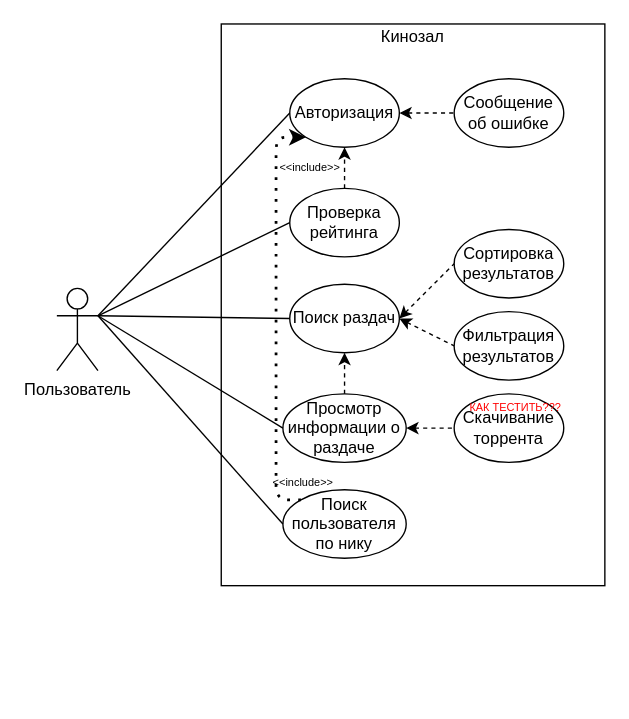
Before: testing/Lab3/resources/usecases.drawio in johnny-keker/itmo-4th-year, a draw.io diagram. Source tidied: cells renumbered, new cells numbered last; positions are measured from the earlier drawing's top-left corner, leaving out a move shared by most shapes. Both pictures are drawn from the tidied source at 137%, with x=0, y=0 at pixel (56, 23).
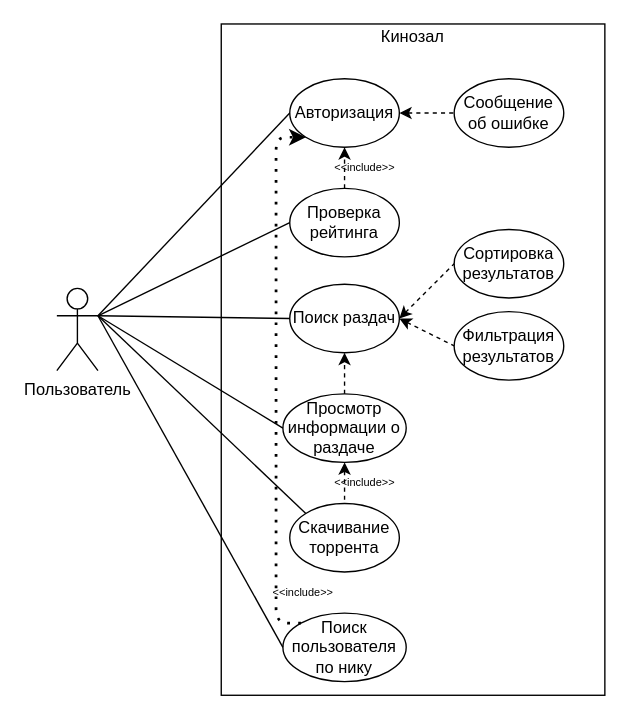
After the change.

Commit message (it also covers changes not shown here):
[testing]<lab3> refactor: renamed and moved classes, updated usecase diagram

The change refers to these unchanged cells:
```xml
<mxCell id="2" value="&lt;div&gt;Пользователь&lt;/div&gt;" style="shape=umlActor;verticalLabelPosition=bottom;verticalAlign=top;html=1;outlineConnect=0;" parent="1" vertex="1">
  <mxGeometry y="193" width="30" height="60" as="geometry" />
</mxCell>
<mxCell id="19" value="Просмотр информации о раздаче" style="ellipse;whiteSpace=wrap;html=1;" parent="1" vertex="1">
  <mxGeometry x="165" y="270" width="90" height="50" as="geometry" />
</mxCell>
```

Diff of the diagram source:
```diff
@@
     <mxCell id="3" style="rounded=0;whiteSpace=wrap;html=1;" parent="1" vertex="1">
-      <mxGeometry x="120" width="280" height="410" as="geometry" />
+      <mxGeometry x="120" width="280" height="490" as="geometry" />
     </mxCell>
@@
     <mxCell id="18" value="&amp;lt;&amp;lt;include&amp;gt;&amp;gt;" style="text;html=1;strokeColor=none;fillColor=none;align=center;verticalAlign=middle;whiteSpace=wrap;rounded=0;fontSize=8;" parent="1" vertex="1">
-      <mxGeometry x="170" y="100" width="30" height="10" as="geometry" />
+      <mxGeometry x="210" y="100" width="30" height="10" as="geometry" />
     </mxCell>
@@
     <mxCell id="22" value="Скачивание торрента" style="ellipse;whiteSpace=wrap;html=1;" parent="1" vertex="1">
-      <mxGeometry x="290" y="270" width="80" height="50" as="geometry" />
+      <mxGeometry x="170" y="350" width="80" height="50" as="geometry" />
     </mxCell>
-    <mxCell id="23" style="endArrow=none;dashed=1;html=1;fontSize=8;entryX=0;entryY=0.5;entryDx=0;entryDy=0;exitX=1;exitY=0.5;exitDx=0;exitDy=0;startArrow=classic;startFill=1;" parent="1" edge="1" source="19" target="22">
+    <mxCell id="23" style="endArrow=none;dashed=1;html=1;fontSize=8;entryX=0.5;entryY=0;entryDx=0;entryDy=0;exitX=0.5;exitY=1;exitDx=0;exitDy=0;startArrow=classic;startFill=1;" parent="1" edge="1" source="19" target="22">
       <mxGeometry relative="1" as="geometry" />
     </mxCell>
-    <mxCell id="24" value="КАК ТЕСТИТЬ???" style="text;html=1;strokeColor=none;fillColor=none;align=center;verticalAlign=middle;whiteSpace=wrap;rounded=0;fontSize=8;fontColor=#FF0000;" parent="1" vertex="1">
-      <mxGeometry x="300" y="270" width="70" height="20" as="geometry" />
-    </mxCell>
     <mxCell id="25" value="Поиск пользователя по нику" style="ellipse;whiteSpace=wrap;html=1;" parent="1" vertex="1">
-      <mxGeometry x="165" y="340" width="90" height="50" as="geometry" />
+      <mxGeometry x="165" y="430" width="90" height="50" as="geometry" />
     </mxCell>
@@
     <mxCell id="28" value="&amp;lt;&amp;lt;include&amp;gt;&amp;gt;" style="text;html=1;strokeColor=none;fillColor=none;align=center;verticalAlign=middle;whiteSpace=wrap;rounded=0;fontSize=8;" parent="1" vertex="1">
-      <mxGeometry x="165" y="330" width="30" height="10" as="geometry" />
+      <mxGeometry x="165" y="410" width="30" height="10" as="geometry" />
     </mxCell>
+    <mxCell id="29" style="endArrow=none;html=1;fontSize=8;fontColor=#FF0000;exitX=1;exitY=0.3333333333333333;exitDx=0;exitDy=0;exitPerimeter=0;entryX=0;entryY=0;entryDx=0;entryDy=0;" parent="1" edge="1" source="2" target="22">
+      <mxGeometry relative="1" as="geometry" />
+    </mxCell>
+    <mxCell id="30" value="&amp;lt;&amp;lt;include&amp;gt;&amp;gt;" style="text;html=1;strokeColor=none;fillColor=none;align=center;verticalAlign=middle;whiteSpace=wrap;rounded=0;fontSize=8;" parent="1" vertex="1">
+      <mxGeometry x="210" y="330" width="30" height="10" as="geometry" />
+    </mxCell>
```
